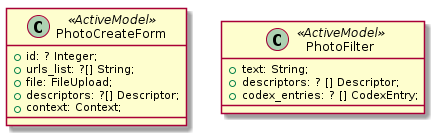
This is out/data_transfer/DataTransfer.png from mizhal/imagedb, a PlantUML export, as it was before one commit.
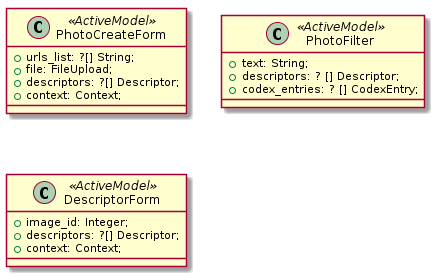
Later version of the same file.

What changed in the source:
```diff
@@ -1,7 +1,6 @@
 @startuml DataTransfer
 
 class PhotoCreateForm <<ActiveModel>> {
-    + id: ? Integer;
     + urls_list: ?[] String;
     + file: FileUpload;
     + descriptors: ?[] Descriptor;
@@ -14,4 +13,10 @@
     + codex_entries: ? [] CodexEntry;
 }
 
+class DescriptorForm <<ActiveModel>> {
+    + image_id: Integer;
+    + descriptors: ?[] Descriptor;
+    + context: Context;
+}
+
 @enduml
```
